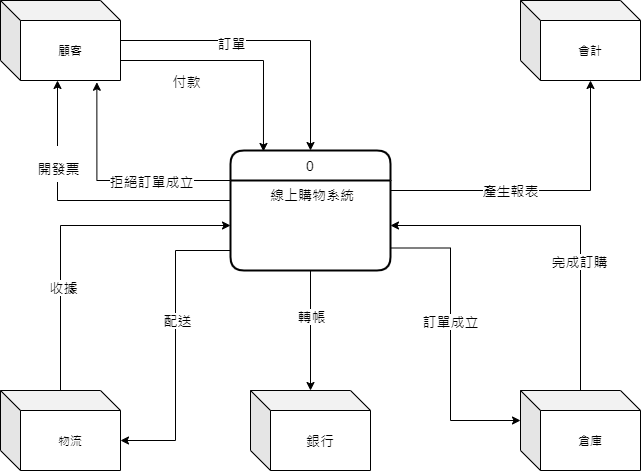
This is DFD.drawio.png from HungJuu/SAD_Group7, a draw.io export, as it was before one commit. Source tidied: cells renumbered, new cells last; positions are measured from the earlier drawing's top-left corner, leaving out a move shared by most shapes.
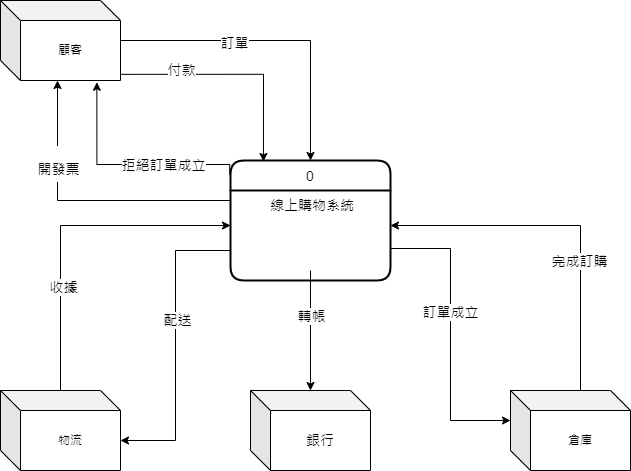
After the commit.

The edit, as a diff of the source:
```diff
@@ -3,14 +3,13 @@
     <mxCell id="0" />
     <mxCell id="1" parent="0" />
     <mxCell id="2" value="0" style="swimlane;horizontal=1;startSize=30;rounded=1;fontSize=14;fontStyle=0;strokeWidth=2;shadow=0;dashed=0;align=center;" parent="1" vertex="1">
-      <mxGeometry x="230" y="150" width="160" height="120" as="geometry" />
+      <mxGeometry x="230" y="160" width="160" height="120" as="geometry" />
     </mxCell>
     <mxCell id="3" value="線上購物系統" style="align=center;strokeColor=none;fillColor=none;spacingLeft=4;fontSize=14;verticalAlign=top;" parent="2" vertex="1">
       <mxGeometry y="30" width="160" height="90" as="geometry" />
     </mxCell>
-    <mxCell id="4" style="edgeStyle=orthogonalEdgeStyle;rounded=0;jettySize=auto;html=1;fontSize=14;" parent="1" edge="1" source="8">
+    <mxCell id="4" style="edgeStyle=orthogonalEdgeStyle;rounded=0;jettySize=auto;html=1;fontSize=14;entryX=0.5;entryY=0;entryDx=0;entryDy=0;" parent="1" edge="1" source="8" target="2">
       <mxGeometry relative="1" as="geometry">
-        <mxPoint x="310" y="150" as="targetPoint" />
         <Array as="points">
           <mxPoint x="310" y="40" />
         </Array>
@@ -19,24 +18,21 @@
     <mxCell id="5" value="訂單" style="edgeLabel;html=1;align=center;verticalAlign=middle;fontSize=14;" parent="4" vertex="1">
       <mxGeometry x="-0.27" y="-2" relative="1" as="geometry" />
     </mxCell>
-    <mxCell id="6" style="edgeStyle=orthogonalEdgeStyle;rounded=0;jettySize=auto;html=1;entryX=0.206;entryY=0.008;entryDx=0;entryDy=0;entryPerimeter=0;fontSize=14;" parent="1" edge="1" source="8" target="2">
+    <mxCell id="6" style="edgeStyle=orthogonalEdgeStyle;rounded=0;jettySize=auto;html=1;entryX=0.206;entryY=0.008;entryDx=0;entryDy=0;entryPerimeter=0;fontSize=14;exitX=1.003;exitY=0.923;exitDx=0;exitDy=0;exitPerimeter=0;" parent="1" edge="1" source="8" target="2">
       <mxGeometry relative="1" as="geometry">
         <Array as="points">
-          <mxPoint x="263" y="60" />
+          <mxPoint x="263" y="74" />
         </Array>
       </mxGeometry>
     </mxCell>
     <mxCell id="7" value="付款" style="edgeLabel;html=1;align=center;verticalAlign=middle;fontSize=14;" parent="6" vertex="1">
       <mxGeometry x="-0.45" y="-1" relative="1" as="geometry">
-        <mxPoint x="1" y="19" as="offset" />
+        <mxPoint x="-3" y="-5" as="offset" />
       </mxGeometry>
     </mxCell>
     <mxCell id="8" value="顧客" style="shape=cube;whiteSpace=wrap;html=1;boundedLbl=1;backgroundOutline=1;darkOpacity=0.05;darkOpacity2=0.1;" parent="1" vertex="1">
       <mxGeometry width="120" height="80" as="geometry" />
     </mxCell>
-    <mxCell id="9" value="會計" style="shape=cube;whiteSpace=wrap;html=1;boundedLbl=1;backgroundOutline=1;darkOpacity=0.05;darkOpacity2=0.1;" parent="1" vertex="1">
-      <mxGeometry x="520" width="120" height="80" as="geometry" />
-    </mxCell>
     <mxCell id="10" style="edgeStyle=orthogonalEdgeStyle;rounded=0;jettySize=auto;html=1;entryX=0;entryY=0.5;entryDx=0;entryDy=0;fontSize=14;" parent="1" edge="1" source="12">
       <mxGeometry relative="1" as="geometry">
         <mxPoint x="230" y="225" as="targetPoint" />
@@ -63,7 +59,7 @@
       <mxGeometry x="-0.27" y="2" relative="1" as="geometry" />
     </mxCell>
     <mxCell id="15" value="倉庫" style="shape=cube;whiteSpace=wrap;html=1;boundedLbl=1;backgroundOutline=1;darkOpacity=0.05;darkOpacity2=0.1;" parent="1" vertex="1">
-      <mxGeometry x="520" y="390" width="120" height="80" as="geometry" />
+      <mxGeometry x="510" y="390" width="120" height="80" as="geometry" />
     </mxCell>
     <mxCell id="16" style="edgeStyle=orthogonalEdgeStyle;rounded=0;jettySize=auto;html=1;entryX=0;entryY=0;entryDx=120;entryDy=50;entryPerimeter=0;fontSize=14;" parent="1" edge="1" target="12">
       <mxGeometry relative="1" as="geometry">
@@ -113,21 +109,10 @@
     <mxCell id="24" value="轉帳" style="edgeLabel;html=1;align=center;verticalAlign=middle;fontSize=14;" parent="23" vertex="1">
       <mxGeometry x="-0.24" relative="1" as="geometry" />
     </mxCell>
-    <mxCell id="25" style="edgeStyle=orthogonalEdgeStyle;rounded=0;jettySize=auto;html=1;entryX=0;entryY=0;entryDx=70;entryDy=80;entryPerimeter=0;fontSize=14;" parent="1" edge="1" target="9">
-      <mxGeometry relative="1" as="geometry">
-        <mxPoint x="390" y="190" as="sourcePoint" />
-        <Array as="points">
-          <mxPoint x="590" y="190" />
-        </Array>
-      </mxGeometry>
-    </mxCell>
-    <mxCell id="26" value="產生報表" style="edgeLabel;html=1;align=center;verticalAlign=middle;fontSize=14;" parent="25" vertex="1">
-      <mxGeometry x="-0.23" y="1" relative="1" as="geometry" />
-    </mxCell>
-    <mxCell id="27" style="edgeStyle=orthogonalEdgeStyle;rounded=0;jettySize=auto;html=1;entryX=0.803;entryY=1.022;entryDx=0;entryDy=0;entryPerimeter=0;fontSize=14;" parent="1" edge="1" source="3" target="8">
+    <mxCell id="27" style="edgeStyle=orthogonalEdgeStyle;rounded=0;jettySize=auto;html=1;entryX=0.803;entryY=1.022;entryDx=0;entryDy=0;entryPerimeter=0;fontSize=14;exitX=-0.005;exitY=0.118;exitDx=0;exitDy=0;exitPerimeter=0;" parent="1" edge="1" source="2" target="8">
       <mxGeometry relative="1" as="geometry">
         <Array as="points">
-          <mxPoint x="96" y="180" />
+          <mxPoint x="96" y="164" />
         </Array>
       </mxGeometry>
     </mxCell>
```
